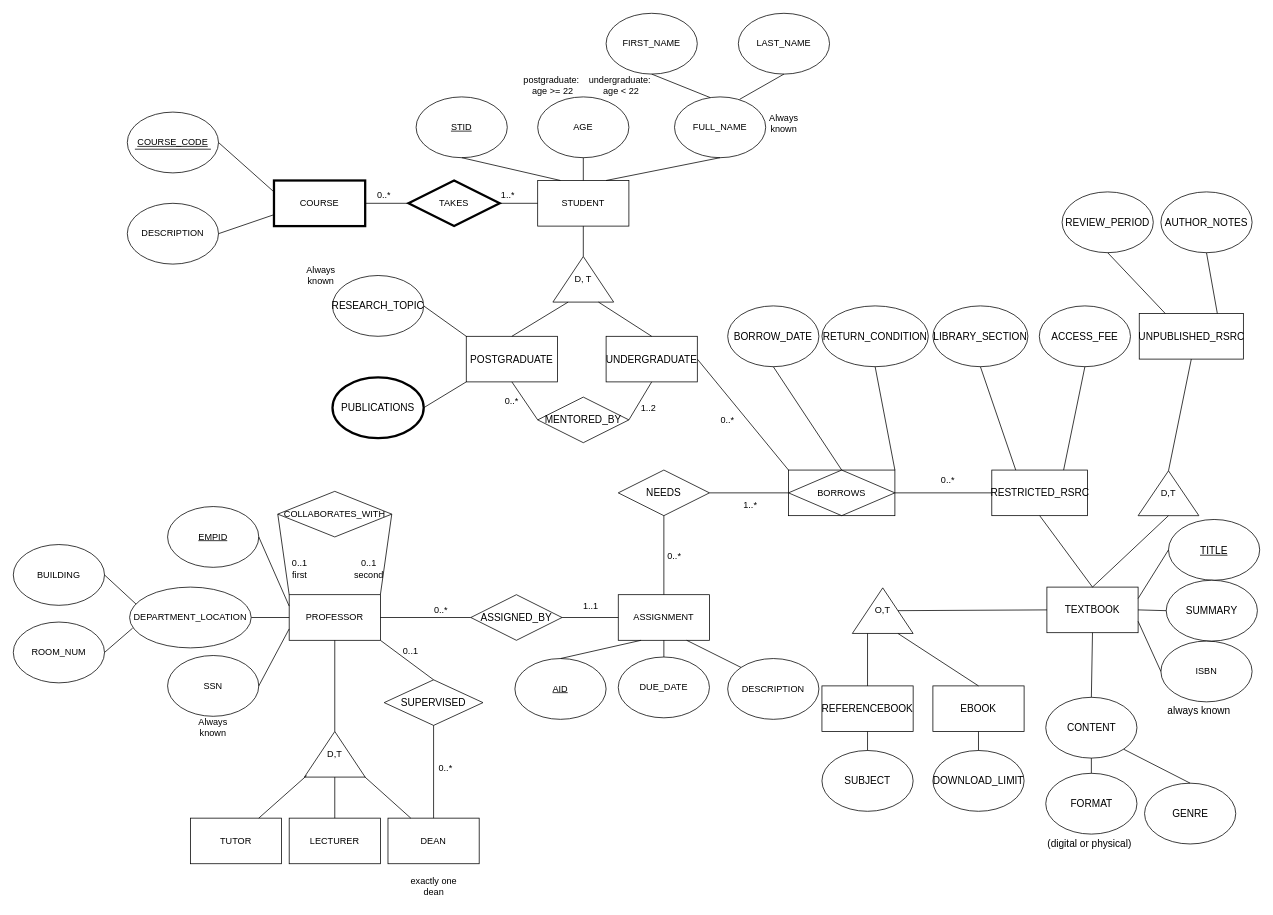
This is DM-HW1_Janis & Cuihuan.drawio from us-ja/Data_Management, a draw.io file, before an edit. Source tidied: cells renumbered, new cells numbered last; positions are measured from the earlier drawing's top-left corner, leaving out a move shared by most shapes. Both pictures are drawn from the tidied source at 76%, with x=0, y=0 at pixel (13, 13).
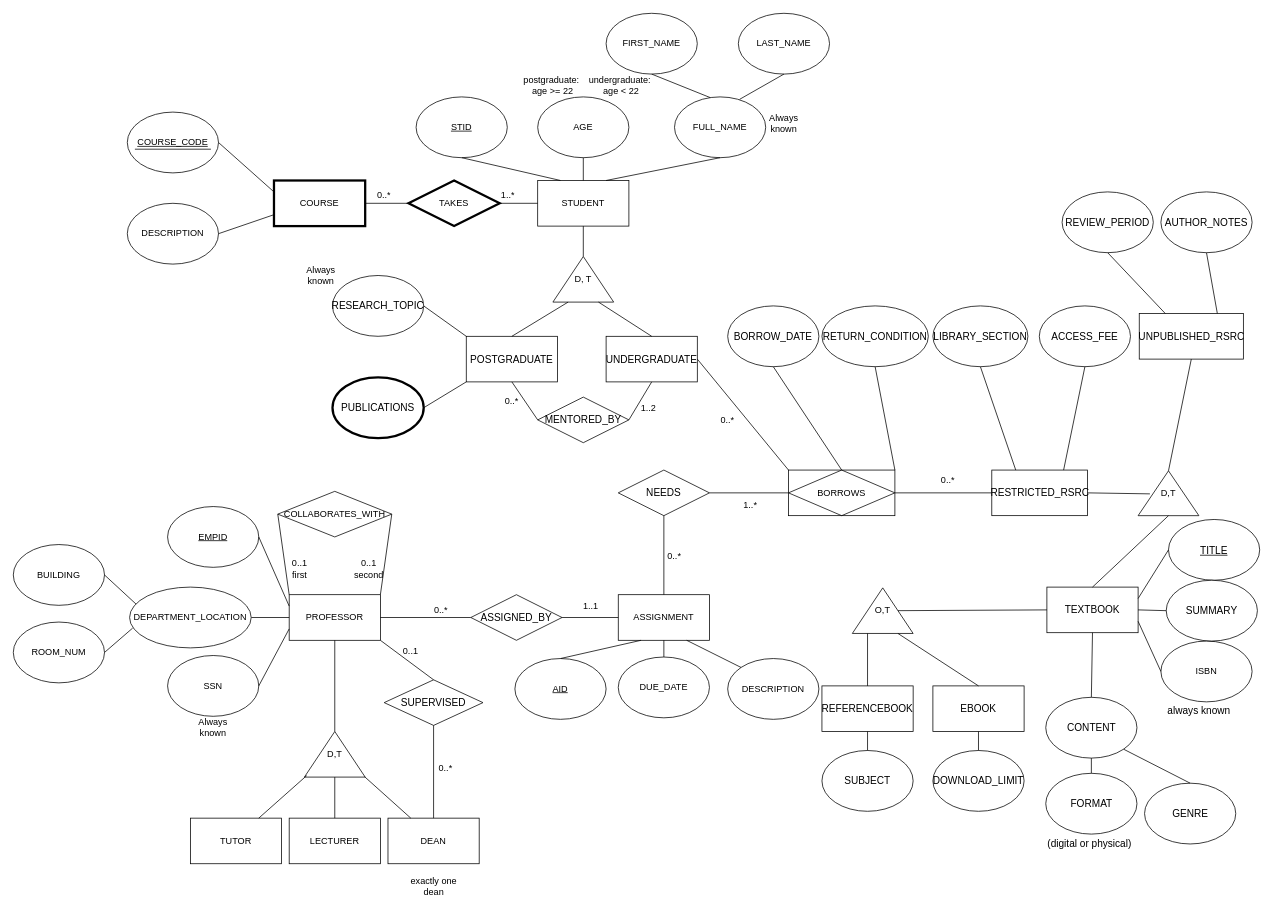
The same page after the edit.

Commit message:
fix line misplacement

Unchanged cells that the change refers to:
```xml
<mxCell id="79" value="&lt;div style=&quot;text-align: start;&quot;&gt;&lt;span style=&quot;font-size: 9.96264pt; font-family: LMRoman10-Regular;&quot;&gt;TEXTBOOK&lt;/span&gt;&lt;/div&gt;" style="rounded=0;whiteSpace=wrap;html=1;" parent="1" vertex="1">
  <mxGeometry x="1360" y="755" width="120" height="60" as="geometry" />
</mxCell>
<mxCell id="106" value="&lt;div style=&quot;text-align: start;&quot;&gt;&lt;span style=&quot;font-size: 9.96264pt; font-family: LMRoman10-Regular;&quot;&gt;RESTRICTED_RSRC&lt;/span&gt;&lt;/div&gt;" style="rounded=0;whiteSpace=wrap;html=1;" parent="1" vertex="1">
  <mxGeometry x="1287.5" y="601" width="126" height="60" as="geometry" />
</mxCell>
<mxCell id="108" value="&lt;span&gt;D,T&lt;/span&gt;" style="triangle;whiteSpace=wrap;html=1;direction=north;" parent="1" vertex="1">
  <mxGeometry x="1480" y="602" width="80" height="59" as="geometry" />
</mxCell>
```

Diff of the diagram source:
```diff
@@
-    <mxCell id="113" style="endArrow=none;html=1;rounded=0;exitX=0.5;exitY=0;exitDx=0;exitDy=0;entryX=0.5;entryY=1;entryDx=0;entryDy=0;" parent="1" edge="1" source="79" target="106">
+    <mxCell id="113" style="endArrow=none;html=1;rounded=0;exitX=0.486;exitY=0.194;exitDx=0;exitDy=0;entryX=1;entryY=0.5;entryDx=0;entryDy=0;exitPerimeter=0;" parent="1" edge="1" source="108" target="106">
       <mxGeometry relative="1" as="geometry" />
     </mxCell>
```
